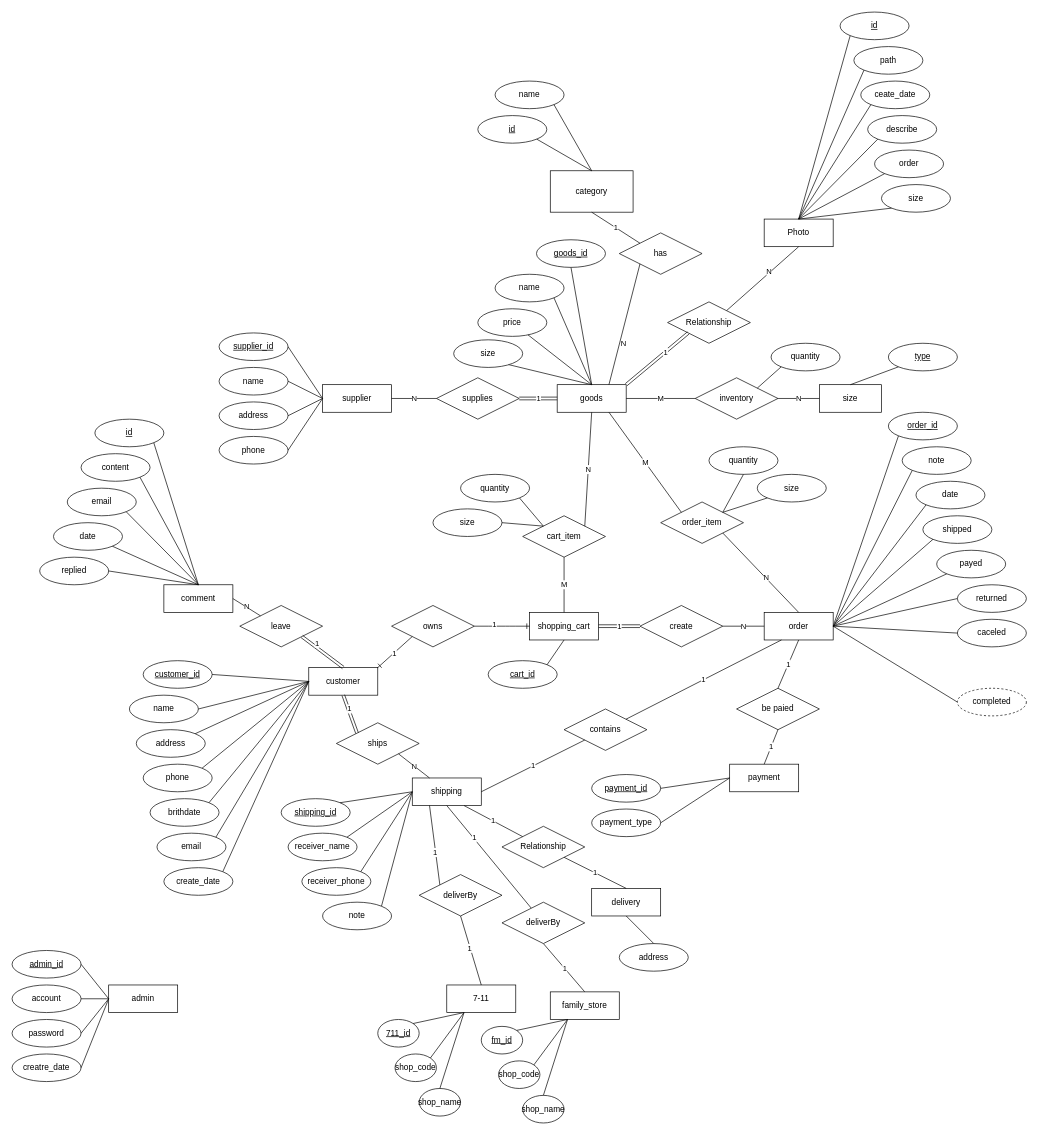
This is ERDiagram.drawio from BoshiLee/ecommerce, a draw.io file, before an edit. Source tidied: cells renumbered, new cells numbered last; positions are measured from the earlier drawing's top-left corner, leaving out a move shared by most shapes. Both pictures are drawn from the tidied source at 69%, with x=0, y=0 at pixel (12, 12).
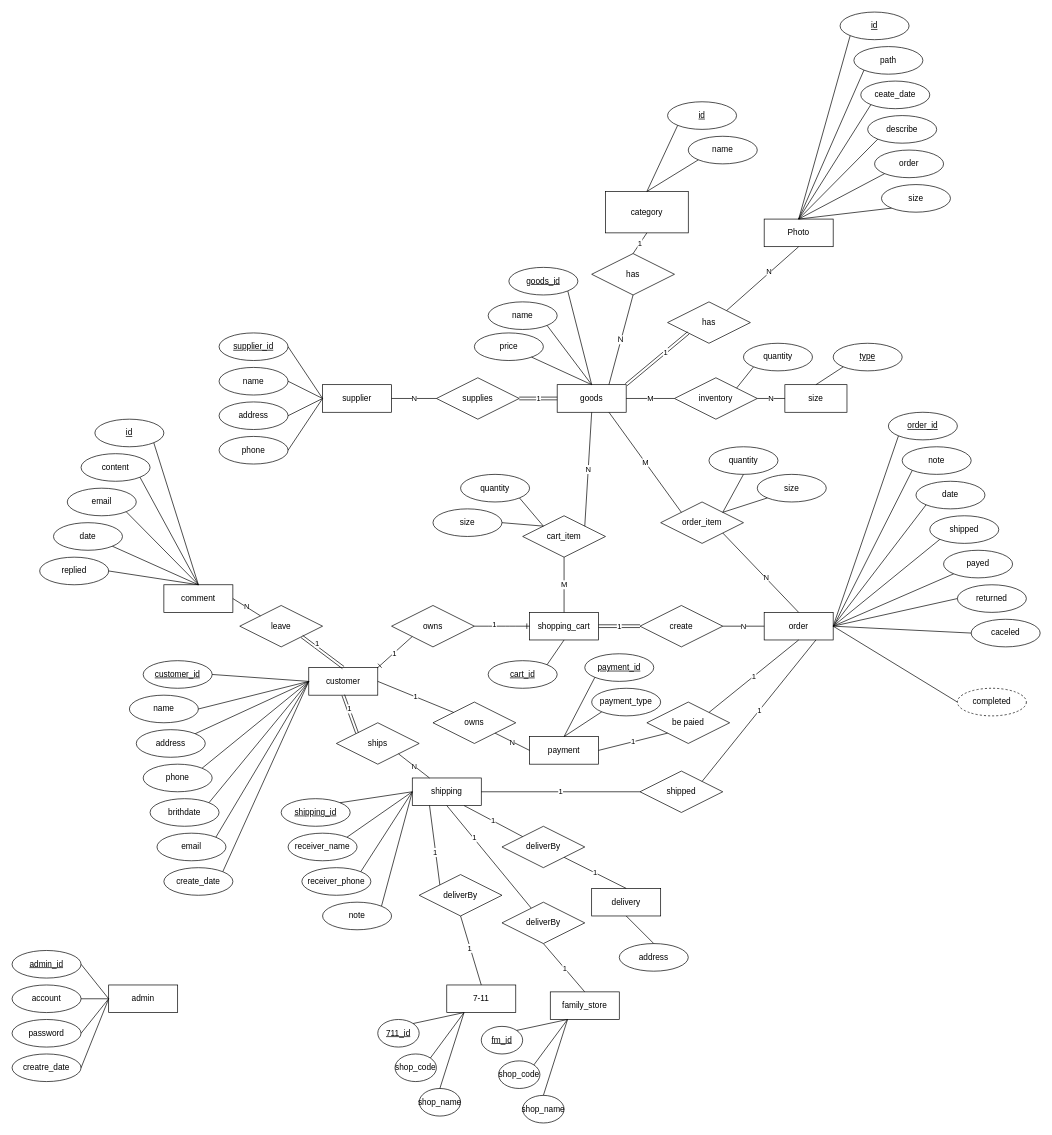
The same page after the edit.

The change refers to these unchanged cells:
```xml
<mxCell id="3" value="goods" style="whiteSpace=wrap;html=1;align=center;" parent="1" vertex="1">
  <mxGeometry x="790" y="540" width="100" height="40" as="geometry" />
</mxCell>
<mxCell id="11" value="customer" style="whiteSpace=wrap;html=1;align=center;" parent="1" vertex="1">
  <mxGeometry x="430" y="950" width="100" height="40" as="geometry" />
</mxCell>
<mxCell id="37" value="shipping" style="whiteSpace=wrap;html=1;align=center;" parent="1" vertex="1">
  <mxGeometry x="580" y="1110" width="100" height="40" as="geometry" />
</mxCell>
<mxCell id="41" value="order" style="whiteSpace=wrap;html=1;align=center;" parent="1" vertex="1">
  <mxGeometry x="1090" y="870" width="100" height="40" as="geometry" />
</mxCell>
```

What changed in the source:
```diff
@@
     <mxCell id="6" value="name" style="ellipse;whiteSpace=wrap;html=1;align=center;" parent="1" vertex="1">
-      <mxGeometry x="700" y="380" width="100" height="40" as="geometry" />
+      <mxGeometry x="690" y="420" width="100" height="40" as="geometry" />
     </mxCell>
     <mxCell id="7" value="price" style="ellipse;whiteSpace=wrap;html=1;align=center;" parent="1" vertex="1">
-      <mxGeometry x="675" y="430" width="100" height="40" as="geometry" />
+      <mxGeometry x="670" y="465" width="100" height="40" as="geometry" />
     </mxCell>
     <mxCell id="8" value="size" style="whiteSpace=wrap;html=1;align=center;" parent="1" vertex="1">
-      <mxGeometry x="1170" y="540" width="90" height="40" as="geometry" />
+      <mxGeometry x="1120" y="540" width="90" height="40" as="geometry" />
     </mxCell>
     <mxCell id="9" value="inventory" style="shape=rhombus;perimeter=rhombusPerimeter;whiteSpace=wrap;html=1;align=center;" parent="1" vertex="1">
-      <mxGeometry x="990" y="530" width="120" height="60" as="geometry" />
+      <mxGeometry x="960" y="530" width="120" height="60" as="geometry" />
     </mxCell>
     <mxCell id="10" value="type" style="ellipse;whiteSpace=wrap;html=1;align=center;fontStyle=4;" parent="1" vertex="1">
-      <mxGeometry x="1270" y="480" width="100" height="40" as="geometry" />
+      <mxGeometry x="1190" y="480" width="100" height="40" as="geometry" />
     </mxCell>
@@
     <mxCell id="42" value="be paied" style="shape=rhombus;perimeter=rhombusPerimeter;whiteSpace=wrap;html=1;align=center;" parent="1" vertex="1">
-      <mxGeometry x="1050" y="980" width="120" height="60" as="geometry" />
+      <mxGeometry x="920" y="1000" width="120" height="60" as="geometry" />
     </mxCell>
-    <mxCell id="43" value="contains" style="shape=rhombus;perimeter=rhombusPerimeter;whiteSpace=wrap;html=1;align=center;" parent="1" vertex="1">
-      <mxGeometry x="800" y="1010" width="120" height="60" as="geometry" />
-    </mxCell>
@@
-    <mxCell id="53" style="endArrow=none;html=1;rounded=0;entryX=0.5;entryY=1;entryDx=0;entryDy=0;exitX=0.5;exitY=0;exitDx=0;exitDy=0;" parent="1" edge="1" source="3" target="60">
+    <mxCell id="53" style="endArrow=none;html=1;rounded=0;entryX=1;entryY=1;entryDx=0;entryDy=0;exitX=0.5;exitY=0;exitDx=0;exitDy=0;" parent="1" edge="1" source="3" target="60">
       <mxGeometry relative="1" as="geometry" />
     </mxCell>
@@
-    <mxCell id="56" style="endArrow=none;html=1;rounded=0;entryX=0.55;entryY=0.75;entryDx=0;entryDy=0;entryPerimeter=0;exitX=0.5;exitY=0;exitDx=0;exitDy=0;" parent="1" edge="1" source="3" target="59">
-      <mxGeometry relative="1" as="geometry" />
-    </mxCell>
     <mxCell id="57" value="quantity" style="ellipse;whiteSpace=wrap;html=1;align=center;" parent="1" vertex="1">
-      <mxGeometry x="1100" y="480" width="100" height="40" as="geometry" />
+      <mxGeometry x="1060" y="480" width="100" height="40" as="geometry" />
     </mxCell>
@@
-    <mxCell id="59" value="size" style="ellipse;whiteSpace=wrap;html=1;align=center;" parent="1" vertex="1">
-      <mxGeometry x="640" y="475" width="100" height="40" as="geometry" />
-    </mxCell>
     <mxCell id="60" value="goods_id" style="ellipse;whiteSpace=wrap;html=1;align=center;fontStyle=4;" parent="1" vertex="1">
-      <mxGeometry x="760" y="330" width="100" height="40" as="geometry" />
+      <mxGeometry x="720" y="370" width="100" height="40" as="geometry" />
     </mxCell>
     <mxCell id="61" value="category" style="rounded=0;whiteSpace=wrap;html=1;" parent="1" vertex="1">
-      <mxGeometry x="780" y="230" width="120" height="60" as="geometry" />
+      <mxGeometry x="860" y="260" width="120" height="60" as="geometry" />
     </mxCell>
     <mxCell id="62" value="has" style="shape=rhombus;perimeter=rhombusPerimeter;whiteSpace=wrap;html=1;align=center;" parent="1" vertex="1">
-      <mxGeometry x="880" y="320" width="120" height="60" as="geometry" />
+      <mxGeometry x="840" y="350" width="120" height="60" as="geometry" />
     </mxCell>
-    <mxCell id="63" value="1" style="endArrow=none;html=1;rounded=0;entryX=0.5;entryY=1;entryDx=0;entryDy=0;exitX=0;exitY=0;exitDx=0;exitDy=0;" parent="1" edge="1" source="62" target="61">
+    <mxCell id="63" value="1" style="endArrow=none;html=1;rounded=0;entryX=0.5;entryY=1;entryDx=0;entryDy=0;exitX=0.5;exitY=0;exitDx=0;exitDy=0;" parent="1" edge="1" source="62" target="61">
       <mxGeometry relative="1" as="geometry" />
     </mxCell>
     <mxCell id="64" value="name" style="ellipse;whiteSpace=wrap;html=1;align=center;" parent="1" vertex="1">
-      <mxGeometry x="700" y="100" width="100" height="40" as="geometry" />
+      <mxGeometry x="980" y="180" width="100" height="40" as="geometry" />
     </mxCell>
-    <mxCell id="65" style="endArrow=none;html=1;rounded=0;exitX=0.5;exitY=0;exitDx=0;exitDy=0;entryX=1;entryY=1;entryDx=0;entryDy=0;" parent="1" edge="1" source="61" target="64">
+    <mxCell id="65" style="endArrow=none;html=1;rounded=0;exitX=0.5;exitY=0;exitDx=0;exitDy=0;entryX=0;entryY=1;entryDx=0;entryDy=0;" parent="1" edge="1" source="61" target="64">
       <mxGeometry relative="1" as="geometry" />
     </mxCell>
-    <mxCell id="66" style="endArrow=none;html=1;rounded=0;entryX=0;entryY=1;entryDx=0;entryDy=0;exitX=0.75;exitY=0;exitDx=0;exitDy=0;" parent="1" edge="1" source="3" target="62">
+    <mxCell id="66" value="Ｎ" style="endArrow=none;html=1;rounded=0;entryX=0.5;entryY=1;entryDx=0;entryDy=0;exitX=0.75;exitY=0;exitDx=0;exitDy=0;" parent="1" edge="1" source="3" target="62">
       <mxGeometry relative="1" as="geometry" />
     </mxCell>
-    <mxCell id="67" value="N" style="edgeLabel;html=1;align=center;verticalAlign=middle;" parent="66" vertex="1">
-      <mxGeometry x="-0.3" y="-5" relative="1" as="geometry" />
-    </mxCell>
@@
     <mxCell id="72" value="id" style="ellipse;whiteSpace=wrap;html=1;align=center;fontStyle=4;" parent="1" vertex="1">
-      <mxGeometry x="675" y="150" width="100" height="40" as="geometry" />
+      <mxGeometry x="950" y="130" width="100" height="40" as="geometry" />
     </mxCell>
-    <mxCell id="73" style="endArrow=none;html=1;rounded=0;entryX=1;entryY=1;entryDx=0;entryDy=0;exitX=0.5;exitY=0;exitDx=0;exitDy=0;" parent="1" edge="1" source="61" target="72">
+    <mxCell id="73" style="endArrow=none;html=1;rounded=0;entryX=0;entryY=1;entryDx=0;entryDy=0;exitX=0.5;exitY=0;exitDx=0;exitDy=0;" parent="1" edge="1" source="61" target="72">
       <mxGeometry relative="1" as="geometry" />
     </mxCell>
@@
-    <mxCell id="76" value="Relationship" style="shape=rhombus;perimeter=rhombusPerimeter;whiteSpace=wrap;html=1;align=center;" parent="1" vertex="1">
+    <mxCell id="76" value="has" style="shape=rhombus;perimeter=rhombusPerimeter;whiteSpace=wrap;html=1;align=center;" parent="1" vertex="1">
       <mxGeometry x="950" y="420" width="120" height="60" as="geometry" />
     </mxCell>
@@
-    <mxCell id="142" value="Relationship" style="shape=rhombus;perimeter=rhombusPerimeter;whiteSpace=wrap;html=1;align=center;" parent="1" vertex="1">
+    <mxCell id="142" value="deliverBy" style="shape=rhombus;perimeter=rhombusPerimeter;whiteSpace=wrap;html=1;align=center;" parent="1" vertex="1">
       <mxGeometry x="710" y="1180" width="120" height="60" as="geometry" />
     </mxCell>
@@
-    <mxCell id="147" value="1" style="endArrow=none;html=1;rounded=0;entryX=0.25;entryY=1;entryDx=0;entryDy=0;" parent="1" edge="1" source="43" target="41">
-      <mxGeometry relative="1" as="geometry" />
-    </mxCell>
@@
     <mxCell id="151" value="payment" style="whiteSpace=wrap;html=1;align=center;" parent="1" vertex="1">
-      <mxGeometry x="1040" y="1090" width="100" height="40" as="geometry" />
+      <mxGeometry x="750" y="1050" width="100" height="40" as="geometry" />
     </mxCell>
     <mxCell id="152" value="payment_id" style="ellipse;whiteSpace=wrap;html=1;align=center;fontStyle=4;" parent="1" vertex="1">
-      <mxGeometry x="840" y="1105" width="100" height="40" as="geometry" />
+      <mxGeometry x="830" y="930" width="100" height="40" as="geometry" />
     </mxCell>
     <mxCell id="153" value="&lt;span&gt;payment_type&lt;/span&gt;" style="ellipse;whiteSpace=wrap;html=1;align=center;fontStyle=0;" parent="1" vertex="1">
-      <mxGeometry x="840" y="1155" width="100" height="40" as="geometry" />
+      <mxGeometry x="840" y="980" width="100" height="40" as="geometry" />
     </mxCell>
-    <mxCell id="154" style="endArrow=none;html=1;rounded=0;entryX=0;entryY=0.5;entryDx=0;entryDy=0;exitX=1;exitY=0.5;exitDx=0;exitDy=0;" parent="1" edge="1" source="153" target="151">
-      <mxGeometry relative="1" as="geometry" />
-    </mxCell>
-    <mxCell id="155" style="endArrow=none;html=1;rounded=0;entryX=1;entryY=0.5;entryDx=0;entryDy=0;exitX=0;exitY=0.5;exitDx=0;exitDy=0;" parent="1" edge="1" source="151" target="152">
-      <mxGeometry relative="1" as="geometry" />
-    </mxCell>
-    <mxCell id="156" value="1" style="endArrow=none;html=1;rounded=0;exitX=0.5;exitY=1;exitDx=0;exitDy=0;entryX=0.5;entryY=0;entryDx=0;entryDy=0;" parent="1" edge="1" source="41" target="42">
+    <mxCell id="156" value="1" style="endArrow=none;html=1;rounded=0;exitX=0.5;exitY=1;exitDx=0;exitDy=0;entryX=1;entryY=0;entryDx=0;entryDy=0;" parent="1" edge="1" source="41" target="42">
       <mxGeometry relative="1" as="geometry" />
     </mxCell>
-    <mxCell id="157" value="1" style="endArrow=none;html=1;rounded=0;exitX=1;exitY=0.5;exitDx=0;exitDy=0;entryX=0;entryY=1;entryDx=0;entryDy=0;" parent="1" edge="1" source="37" target="43">
+    <mxCell id="157" value="1" style="endArrow=none;html=1;rounded=0;exitX=1;exitY=0.5;exitDx=0;exitDy=0;entryX=0;entryY=0.5;entryDx=0;entryDy=0;" parent="1" edge="1" source="37" target="202">
       <mxGeometry relative="1" as="geometry" />
     </mxCell>
-    <mxCell id="158" value="1" style="endArrow=none;html=1;rounded=0;entryX=0.5;entryY=1;entryDx=0;entryDy=0;exitX=0.5;exitY=0;exitDx=0;exitDy=0;" parent="1" edge="1" source="151" target="42">
+    <mxCell id="158" value="1" style="endArrow=none;html=1;rounded=0;entryX=0;entryY=1;entryDx=0;entryDy=0;exitX=1;exitY=0.5;exitDx=0;exitDy=0;" parent="1" edge="1" source="151" target="42">
       <mxGeometry relative="1" as="geometry" />
     </mxCell>
@@
     <mxCell id="162" value="shipped" style="ellipse;whiteSpace=wrap;html=1;align=center;" parent="1" vertex="1">
-      <mxGeometry x="1320" y="730" width="100" height="40" as="geometry" />
+      <mxGeometry x="1330" y="730" width="100" height="40" as="geometry" />
     </mxCell>
     <mxCell id="163" value="payed" style="ellipse;whiteSpace=wrap;html=1;align=center;" parent="1" vertex="1">
-      <mxGeometry x="1340" y="780" width="100" height="40" as="geometry" />
+      <mxGeometry x="1350" y="780" width="100" height="40" as="geometry" />
     </mxCell>
@@
     <mxCell id="195" value="caceled" style="ellipse;whiteSpace=wrap;html=1;align=center;" parent="1" vertex="1">
-      <mxGeometry x="1370" y="880" width="100" height="40" as="geometry" />
+      <mxGeometry x="1390" y="880" width="100" height="40" as="geometry" />
     </mxCell>
@@
+    <mxCell id="200" value="owns" style="shape=rhombus;perimeter=rhombusPerimeter;whiteSpace=wrap;html=1;align=center;" parent="1" vertex="1">
+      <mxGeometry x="610" y="1000" width="120" height="60" as="geometry" />
+    </mxCell>
+    <mxCell id="201" value="1" style="endArrow=none;html=1;rounded=0;exitX=1;exitY=0.5;exitDx=0;exitDy=0;entryX=0;entryY=0;entryDx=0;entryDy=0;" parent="1" edge="1" source="11" target="200">
+      <mxGeometry relative="1" as="geometry" />
+    </mxCell>
+    <mxCell id="202" value="shipped" style="shape=rhombus;perimeter=rhombusPerimeter;whiteSpace=wrap;html=1;align=center;" parent="1" vertex="1">
+      <mxGeometry x="910" y="1100" width="120" height="60" as="geometry" />
+    </mxCell>
+    <mxCell id="67" value="N" style="endArrow=none;html=1;rounded=0;exitX=1;exitY=1;exitDx=0;exitDy=0;entryX=0;entryY=0.5;entryDx=0;entryDy=0;" parent="1" edge="1" source="200" target="151">
+      <mxGeometry relative="1" as="geometry" />
+    </mxCell>
+    <mxCell id="203" style="endArrow=none;html=1;rounded=0;entryX=0;entryY=1;entryDx=0;entryDy=0;exitX=0.5;exitY=0;exitDx=0;exitDy=0;" parent="1" edge="1" source="151" target="153">
+      <mxGeometry relative="1" as="geometry" />
+    </mxCell>
+    <mxCell id="155" style="endArrow=none;html=1;rounded=0;entryX=0;entryY=1;entryDx=0;entryDy=0;exitX=0.5;exitY=0;exitDx=0;exitDy=0;" parent="1" edge="1" source="151" target="152">
+      <mxGeometry relative="1" as="geometry" />
+    </mxCell>
+    <mxCell id="204" value="1" style="endArrow=none;html=1;rounded=0;entryX=0.75;entryY=1;entryDx=0;entryDy=0;exitX=1;exitY=0;exitDx=0;exitDy=0;" parent="1" edge="1" source="202" target="41">
+      <mxGeometry relative="1" as="geometry" />
+    </mxCell>
```
